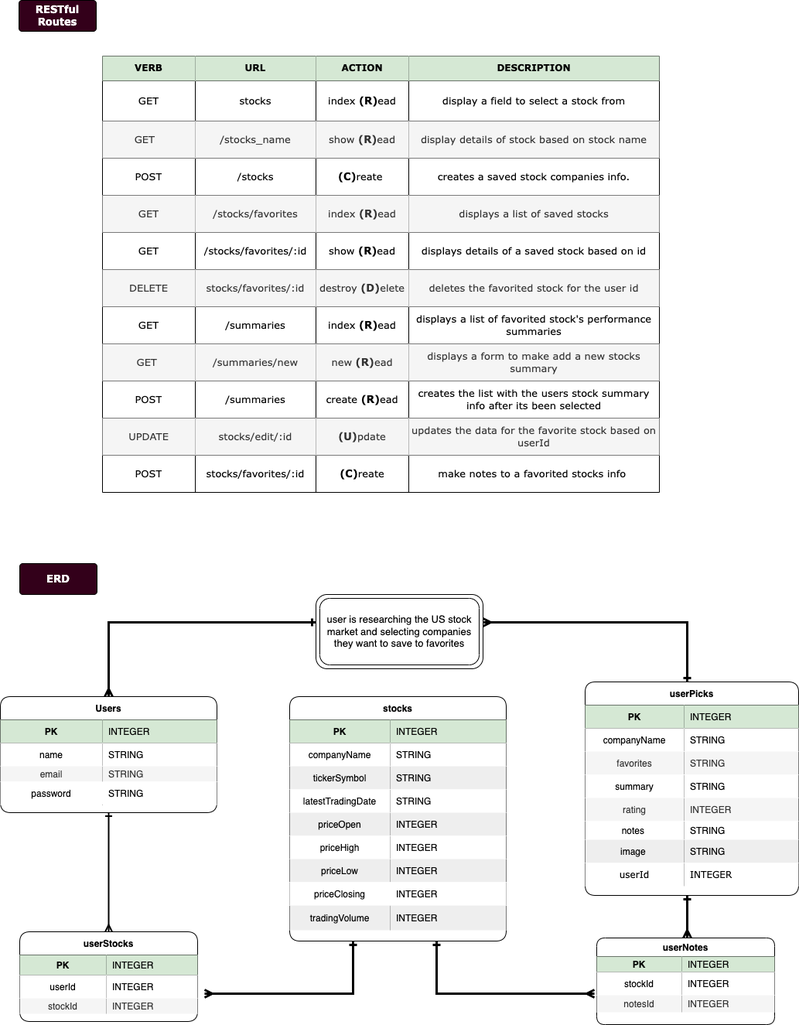
Before: ERD.drawio.png, a diagram exported from draw.io (Professorsurf/Project-2). Source tidied: cells renumbered, new cells last; positions are measured from the earlier drawing's top-left corner, leaving out a move shared by most shapes.
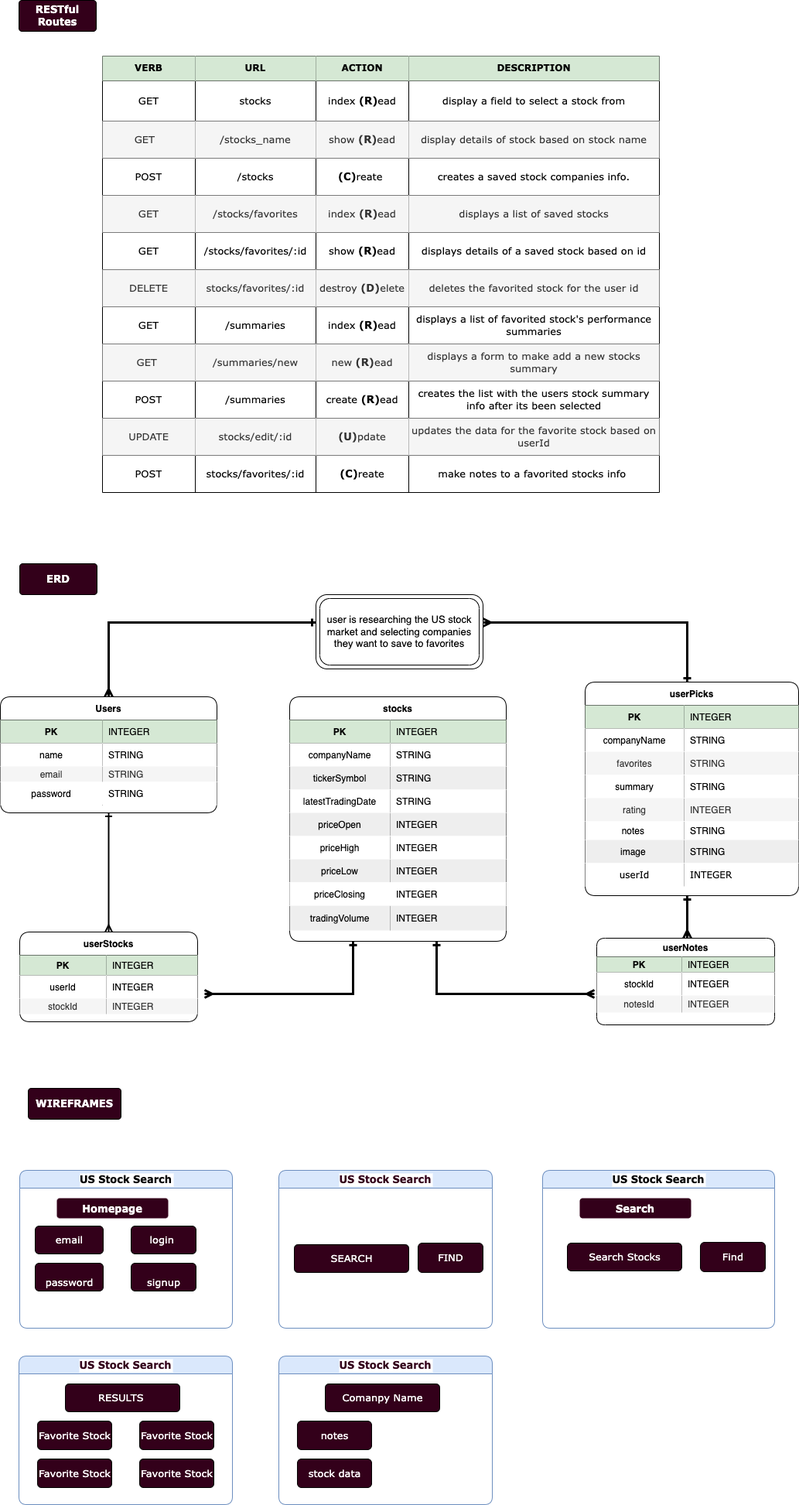
After the commit.

Diff of the diagram source:
```diff
@@ -497,5 +497,80 @@
     <mxCell id="157" value="RESTful Routes" style="rounded=1;arcSize=10;whiteSpace=wrap;html=1;align=center;shadow=0;labelBackgroundColor=#33001A;sketch=0;fontFamily=Verdana;fontSize=13;fontColor=#FFFFFF;strokeWidth=1;fontStyle=1;fillColor=#33001A;" parent="1" vertex="1">
       <mxGeometry x="24" width="100" height="40" as="geometry" />
     </mxCell>
+    <mxCell id="158" value="US Stock Search" style="swimlane;rounded=1;shadow=0;labelBackgroundColor=#FFFFFF;sketch=0;fontFamily=Verdana;fontSize=13;strokeWidth=1;fillColor=#dae8fc;strokeColor=#6c8ebf;" parent="1" vertex="1">
+      <mxGeometry x="25" y="1512" width="275" height="204" as="geometry" />
+    </mxCell>
+    <mxCell id="159" value="email" style="html=1;rounded=1;shadow=0;labelBackgroundColor=#33001A;sketch=0;fontFamily=Verdana;fontSize=13;fontColor=#FFFFFF;strokeWidth=1;fillColor=#33001A;" parent="158" vertex="1">
+      <mxGeometry x="20" y="72" width="88" height="36" as="geometry" />
+    </mxCell>
+    <mxCell id="160" value="Homepage" style="text;align=center;fontStyle=1;verticalAlign=middle;spacingLeft=3;spacingRight=3;strokeColor=none;rounded=1;shadow=0;labelBackgroundColor=#33001A;sketch=0;fontFamily=Verdana;fontSize=13;fontColor=#FFFFFF;fillColor=#33001A;gradientColor=none;" parent="158" vertex="1">
+      <mxGeometry x="48" y="36" width="144" height="26" as="geometry" />
+    </mxCell>
+    <mxCell id="161" value="login&amp;nbsp;" style="html=1;rounded=1;shadow=0;labelBackgroundColor=#33001A;sketch=0;fontFamily=Verdana;fontSize=13;fontColor=#FFFFFF;strokeWidth=1;fillColor=#33001A;" parent="158" vertex="1">
+      <mxGeometry x="144" y="72" width="84" height="36" as="geometry" />
+    </mxCell>
+    <mxCell id="162" value="&lt;br&gt;signup" style="html=1;rounded=1;shadow=0;labelBackgroundColor=#33001A;sketch=0;fontFamily=Verdana;fontSize=13;fontColor=#FFFFFF;strokeWidth=1;fillColor=#33001A;align=center;verticalAlign=bottom;" parent="158" vertex="1">
+      <mxGeometry x="144" y="120" width="84" height="36" as="geometry" />
+    </mxCell>
+    <mxCell id="163" value="password" style="html=1;rounded=1;shadow=0;labelBackgroundColor=#33001A;sketch=0;fontFamily=Verdana;fontSize=13;fontColor=#FFFFFF;strokeWidth=1;fillColor=#33001A;align=center;verticalAlign=bottom;" parent="158" vertex="1">
+      <mxGeometry x="20" y="120" width="88" height="36" as="geometry" />
+    </mxCell>
+    <mxCell id="164" value="Text" style="text;html=1;align=center;verticalAlign=middle;strokeColor=none;fillColor=none;fontSize=13;fontFamily=Verdana;fontColor=#FFFFFF;" parent="1" vertex="1">
+      <mxGeometry x="48" y="1416" width="40" height="20" as="geometry" />
+    </mxCell>
+    <mxCell id="165" value="WIREFRAMES" style="rounded=1;arcSize=10;whiteSpace=wrap;html=1;align=center;shadow=0;labelBackgroundColor=#33001A;sketch=0;fontFamily=Verdana;fontSize=13;fontColor=#FFFFFF;strokeWidth=1;fontStyle=1;fillColor=#33001A;" parent="1" vertex="1">
+      <mxGeometry x="36" y="1406" width="120" height="40" as="geometry" />
+    </mxCell>
+    <mxCell id="166" value="US Stock Search" style="swimlane;rounded=1;shadow=0;labelBackgroundColor=#FFFFFF;sketch=0;fontFamily=Verdana;fontSize=13;strokeWidth=1;fillColor=#dae8fc;strokeColor=#6c8ebf;fontColor=#33001A;" parent="1" vertex="1">
+      <mxGeometry x="360" y="1512" width="276" height="204" as="geometry" />
+    </mxCell>
+    <mxCell id="167" value="SEARCH" style="html=1;rounded=1;shadow=0;labelBackgroundColor=#33001A;sketch=0;fontFamily=Verdana;fontSize=13;fontColor=#FFFFFF;strokeWidth=1;fillColor=#33001A;" parent="166" vertex="1">
+      <mxGeometry x="20" y="96" width="148" height="36" as="geometry" />
+    </mxCell>
+    <mxCell id="168" value="FIND" style="html=1;rounded=1;shadow=0;labelBackgroundColor=#33001A;sketch=0;fontFamily=Verdana;fontSize=13;fontColor=#FFFFFF;strokeWidth=1;fillColor=#33001A;" parent="166" vertex="1">
+      <mxGeometry x="180" y="94" width="84" height="38" as="geometry" />
+    </mxCell>
+    <mxCell id="169" value="US Stock Search" style="swimlane;rounded=1;shadow=0;labelBackgroundColor=#FFFFFF;sketch=0;fontFamily=Verdana;fontSize=13;strokeWidth=1;fillColor=#dae8fc;strokeColor=#6c8ebf;" parent="1" vertex="1">
+      <mxGeometry x="701" y="1512" width="300" height="204" as="geometry" />
+    </mxCell>
+    <mxCell id="170" value="Search" style="text;align=center;fontStyle=1;verticalAlign=middle;spacingLeft=3;spacingRight=3;strokeColor=none;rounded=1;shadow=0;labelBackgroundColor=#33001A;sketch=0;fontFamily=Verdana;fontSize=13;fontColor=#FFFFFF;fillColor=#33001A;" parent="169" vertex="1">
+      <mxGeometry x="48" y="36" width="144" height="26" as="geometry" />
+    </mxCell>
+    <mxCell id="171" value="Search Stocks" style="html=1;rounded=1;shadow=0;labelBackgroundColor=#33001A;sketch=0;fontFamily=Verdana;fontSize=13;fontColor=#FFFFFF;strokeWidth=1;fillColor=#33001A;" parent="169" vertex="1">
+      <mxGeometry x="32" y="94" width="148" height="36" as="geometry" />
+    </mxCell>
+    <mxCell id="172" value="Find" style="html=1;rounded=1;shadow=0;labelBackgroundColor=#33001A;sketch=0;fontFamily=Verdana;fontSize=13;fontColor=#FFFFFF;strokeWidth=1;fillColor=#33001A;" parent="169" vertex="1">
+      <mxGeometry x="204" y="93" width="84" height="38" as="geometry" />
+    </mxCell>
+    <mxCell id="173" value="US Stock Search" style="swimlane;rounded=1;shadow=0;labelBackgroundColor=#FFFFFF;sketch=0;fontFamily=Verdana;fontSize=13;strokeWidth=1;fillColor=#dae8fc;strokeColor=#6c8ebf;fontColor=#33001A;" parent="1" vertex="1">
+      <mxGeometry x="24" y="1752" width="276" height="192" as="geometry" />
+    </mxCell>
+    <mxCell id="174" value="RESULTS&amp;nbsp;" style="html=1;rounded=1;shadow=0;labelBackgroundColor=#33001A;sketch=0;fontFamily=Verdana;fontSize=13;fontColor=#FFFFFF;strokeWidth=1;fillColor=#33001A;" parent="173" vertex="1">
+      <mxGeometry x="60" y="36" width="148" height="36" as="geometry" />
+    </mxCell>
+    <mxCell id="175" value="Favorite Stock" style="html=1;rounded=1;shadow=0;labelBackgroundColor=#33001A;sketch=0;fontFamily=Verdana;fontSize=13;fontColor=#FFFFFF;strokeWidth=1;fillColor=#33001A;" parent="173" vertex="1">
+      <mxGeometry x="24" y="84" width="96" height="37" as="geometry" />
+    </mxCell>
+    <mxCell id="176" value="Favorite Stock" style="html=1;rounded=1;shadow=0;labelBackgroundColor=#33001A;sketch=0;fontFamily=Verdana;fontSize=13;fontColor=#FFFFFF;strokeWidth=1;fillColor=#33001A;" parent="173" vertex="1">
+      <mxGeometry x="24" y="133" width="96" height="37" as="geometry" />
+    </mxCell>
+    <mxCell id="177" value="Favorite Stock" style="html=1;rounded=1;shadow=0;labelBackgroundColor=#33001A;sketch=0;fontFamily=Verdana;fontSize=13;fontColor=#FFFFFF;strokeWidth=1;fillColor=#33001A;" parent="173" vertex="1">
+      <mxGeometry x="156" y="84" width="96" height="37" as="geometry" />
+    </mxCell>
+    <mxCell id="178" value="Favorite Stock" style="html=1;rounded=1;shadow=0;labelBackgroundColor=#33001A;sketch=0;fontFamily=Verdana;fontSize=13;fontColor=#FFFFFF;strokeWidth=1;fillColor=#33001A;" parent="173" vertex="1">
+      <mxGeometry x="156" y="133" width="96" height="37" as="geometry" />
+    </mxCell>
+    <mxCell id="179" value="US Stock Search" style="swimlane;rounded=1;shadow=0;labelBackgroundColor=#FFFFFF;sketch=0;fontFamily=Verdana;fontSize=13;strokeWidth=1;fillColor=#dae8fc;strokeColor=#6c8ebf;fontColor=#33001A;" parent="1" vertex="1">
+      <mxGeometry x="360" y="1752" width="276" height="192" as="geometry" />
+    </mxCell>
+    <mxCell id="180" value="Comanpy Name" style="html=1;rounded=1;shadow=0;labelBackgroundColor=#33001A;sketch=0;fontFamily=Verdana;fontSize=13;fontColor=#FFFFFF;strokeWidth=1;fillColor=#33001A;" parent="179" vertex="1">
+      <mxGeometry x="60" y="36" width="148" height="36" as="geometry" />
+    </mxCell>
+    <mxCell id="181" value="notes" style="html=1;rounded=1;shadow=0;labelBackgroundColor=#33001A;sketch=0;fontFamily=Verdana;fontSize=13;fontColor=#FFFFFF;strokeWidth=1;fillColor=#33001A;" parent="179" vertex="1">
+      <mxGeometry x="24" y="84" width="96" height="37" as="geometry" />
+    </mxCell>
+    <mxCell id="182" value="stock data" style="html=1;rounded=1;shadow=0;labelBackgroundColor=#33001A;sketch=0;fontFamily=Verdana;fontSize=13;fontColor=#FFFFFF;strokeWidth=1;fillColor=#33001A;" parent="179" vertex="1">
+      <mxGeometry x="24" y="133" width="96" height="37" as="geometry" />
+    </mxCell>
   </root>
 </mxGraphModel>
```
